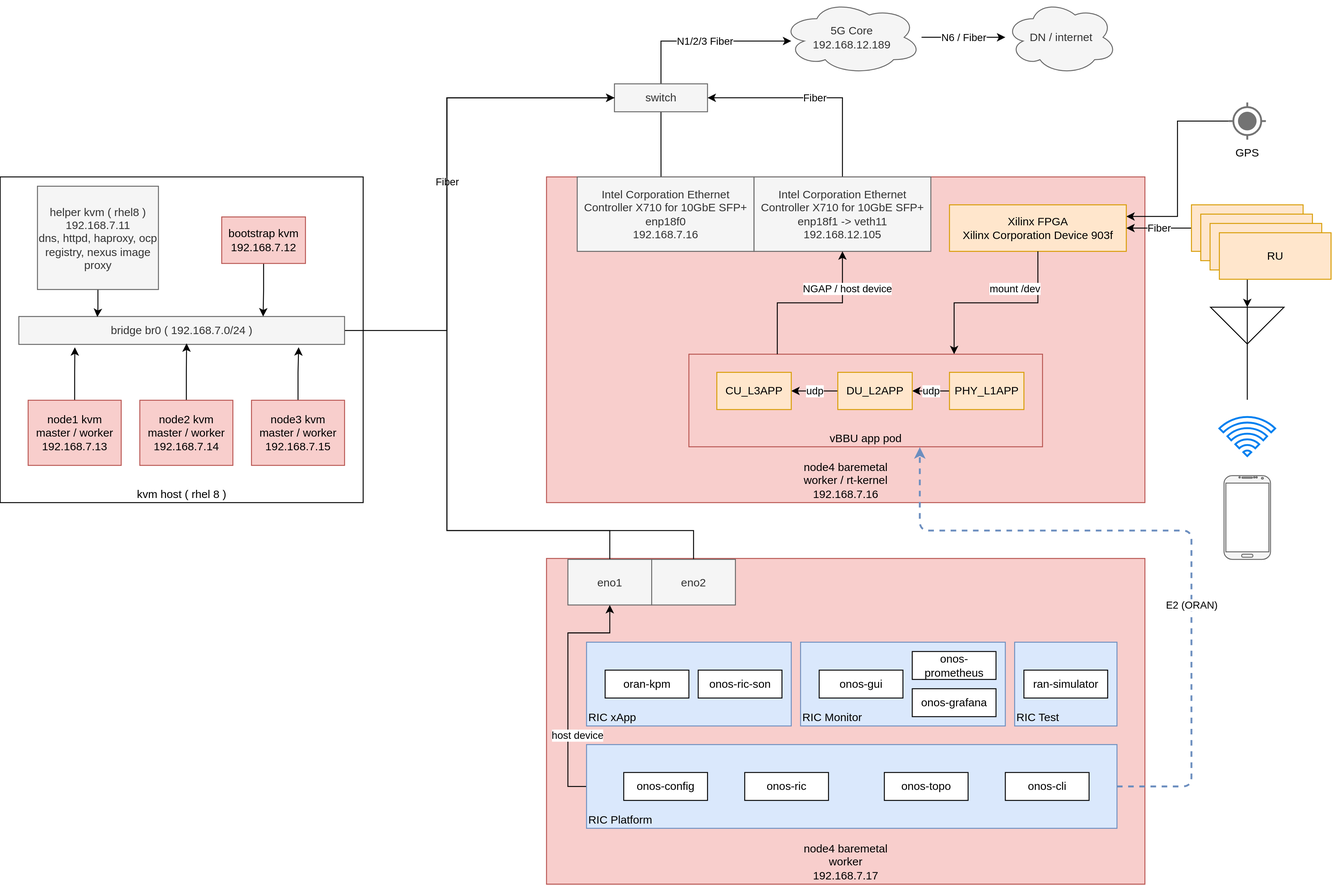
wangzheng422/docker_env keeps this draw.io diagram as redhat/ocp4/4.7/dia/4.7.real-time.kernel.drawio.svg. Above is the earlier version. Source tidied: cells renumbered, new cells last; positions are measured from the earlier drawing's top-left corner, leaving out a move shared by most shapes.
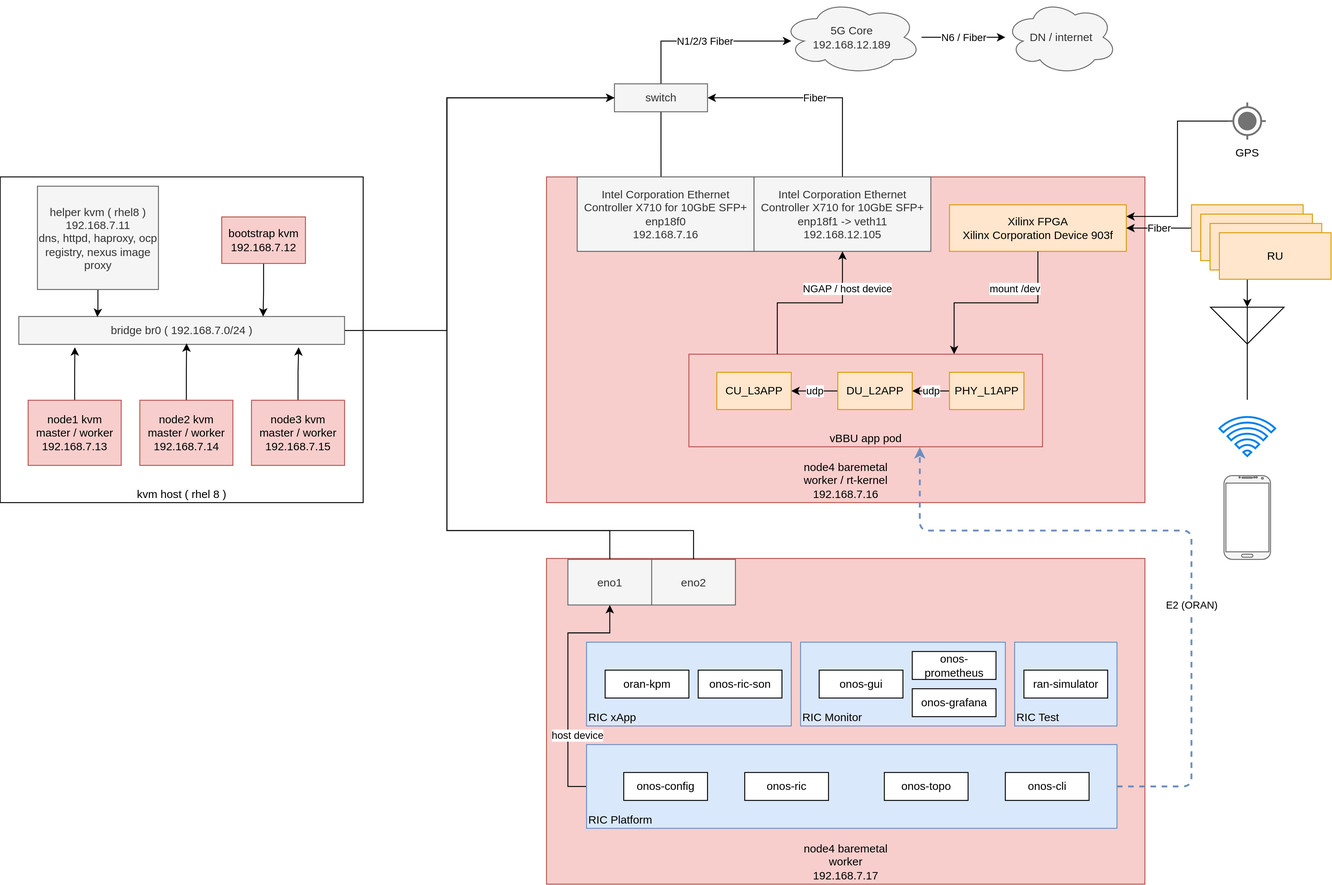
The same diagram one commit later.

What changed in the source:
```diff
@@ -71,7 +71,7 @@
     <mxCell id="19" value="RIC xApp" style="rounded=0;whiteSpace=wrap;html=1;fillColor=#dae8fc;strokeColor=#6c8ebf;verticalAlign=bottom;align=left;" parent="14" vertex="1">
       <mxGeometry x="630" y="690" width="220" height="90" as="geometry" />
     </mxCell>
-    <mxCell id="20" value="Fiber" style="edgeStyle=orthogonalEdgeStyle;rounded=0;jettySize=auto;html=1;endArrow=none;endFill=0;entryX=0;entryY=0.5;entryDx=0;entryDy=0;" parent="14" edge="1" source="21" target="10">
+    <mxCell id="20" style="edgeStyle=orthogonalEdgeStyle;rounded=0;jettySize=auto;html=1;endArrow=none;endFill=0;entryX=0;entryY=0.5;entryDx=0;entryDy=0;" parent="14" edge="1" source="21" target="10">
       <mxGeometry relative="1" as="geometry">
         <Array as="points">
           <mxPoint x="480" y="355" />
```
